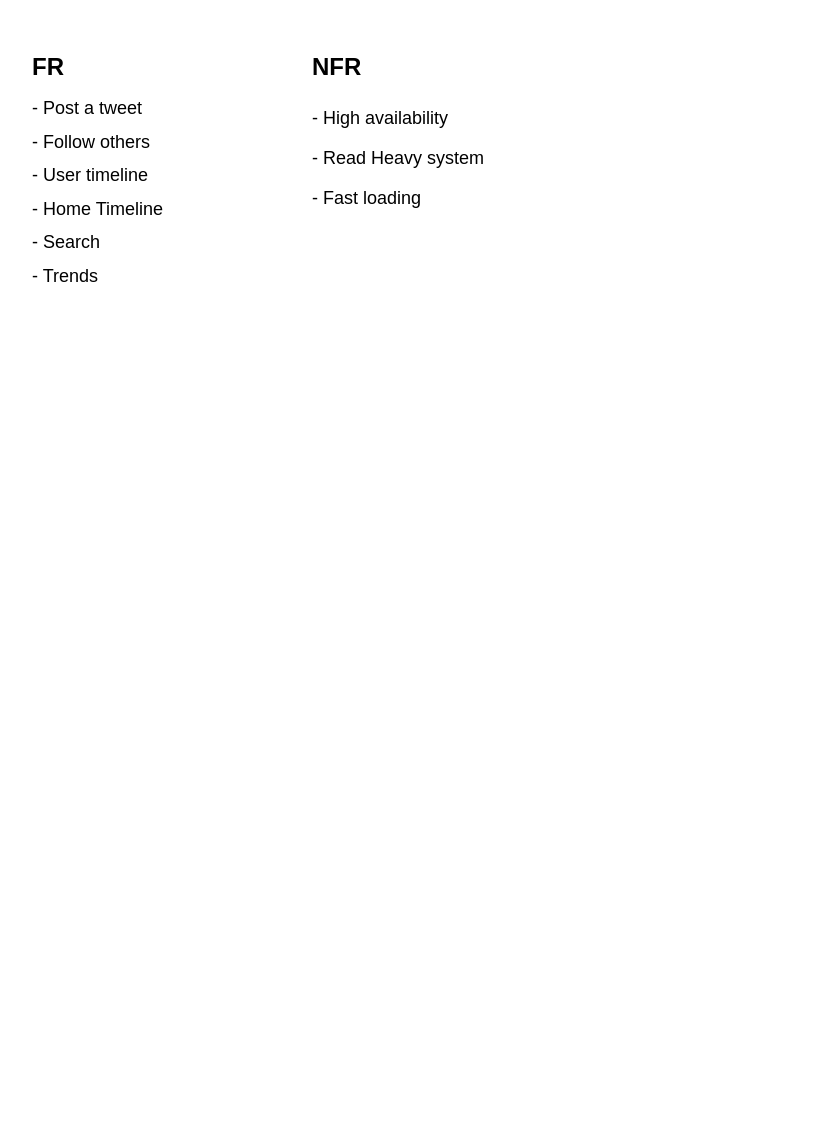
This is page "Twitter" (2 of 2) of Twitter.drawio from ravi-jain/system-design, a draw.io file, before an edit. Source tidied: cells renumbered, new cells numbered last; positions are measured from the earlier drawing's top-left corner, leaving out a move shared by most shapes. Both pictures are drawn from the tidied source at 100%, with x=0, y=0 at pixel (27, 27).
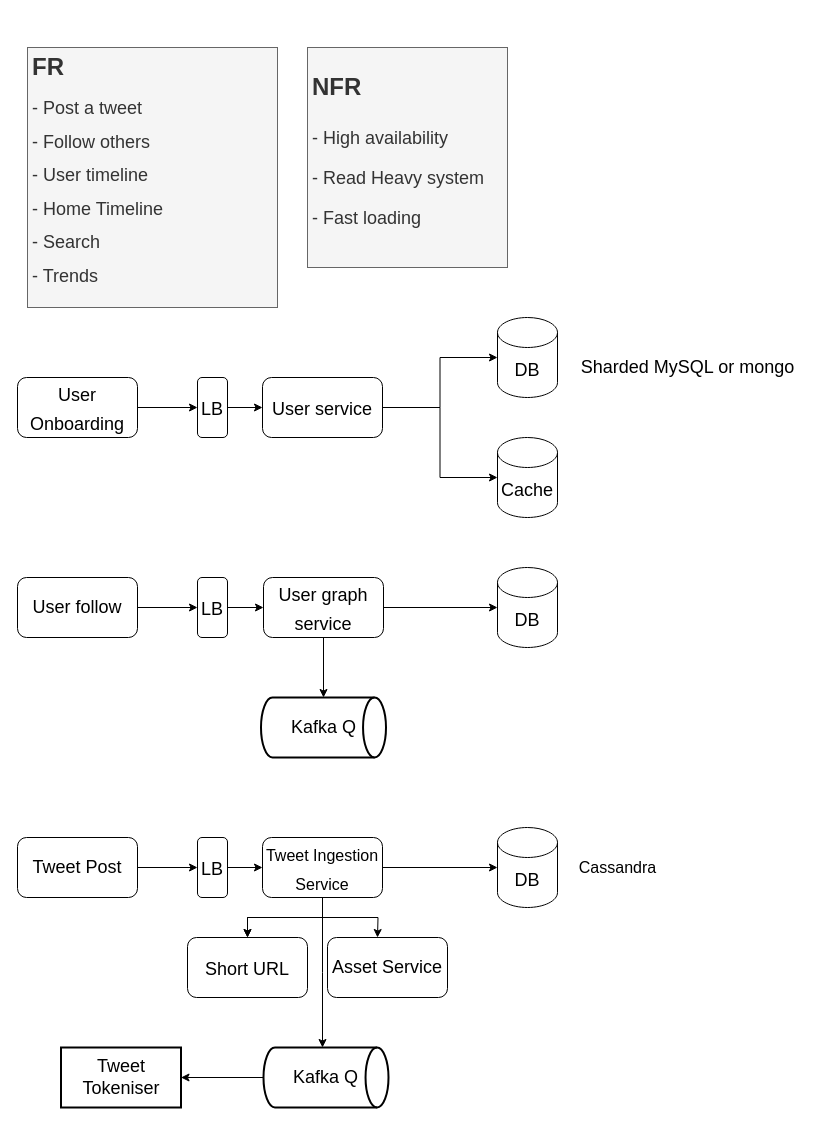
After the change.

The edit, as a diff of the source:
```diff
@@
+    <mxCell id="3" value="&lt;h1&gt;&lt;font style=&quot;font-size: 24px;&quot;&gt;NFR&lt;/font&gt;&lt;/h1&gt;&lt;p&gt;- High availability&lt;/p&gt;&lt;p&gt;- Read Heavy system&lt;/p&gt;&lt;p&gt;- Fast loading&lt;/p&gt;" style="text;html=1;strokeColor=#666666;fillColor=#f5f5f5;spacing=5;spacingTop=-20;whiteSpace=wrap;overflow=hidden;rounded=0;fontSize=18;fontColor=#333333;" parent="1" vertex="1">
+      <mxGeometry x="280" y="20" width="200" height="220" as="geometry" />
+    </mxCell>
-    <mxCell id="2" value="&lt;h1&gt;FR&lt;/h1&gt;&lt;p&gt;&lt;font style=&quot;font-size: 18px;&quot;&gt;- Post a tweet&lt;/font&gt;&lt;/p&gt;&lt;p&gt;&lt;font style=&quot;font-size: 18px;&quot;&gt;- Follow others&lt;/font&gt;&lt;/p&gt;&lt;p&gt;&lt;font style=&quot;font-size: 18px;&quot;&gt;- User timeline&lt;/font&gt;&lt;/p&gt;&lt;p&gt;&lt;font style=&quot;font-size: 18px;&quot;&gt;- Home Timeline&lt;/font&gt;&lt;/p&gt;&lt;p&gt;&lt;font style=&quot;font-size: 18px;&quot;&gt;- Search&lt;/font&gt;&lt;/p&gt;&lt;p&gt;&lt;font style=&quot;font-size: 18px;&quot;&gt;- Trends&lt;/font&gt;&lt;/p&gt;" style="text;html=1;strokeColor=none;fillColor=none;spacing=5;spacingTop=-20;whiteSpace=wrap;overflow=hidden;rounded=0;" parent="1" vertex="1">
+    <mxCell id="2" value="&lt;h1&gt;FR&lt;/h1&gt;&lt;p&gt;&lt;font style=&quot;font-size: 18px;&quot;&gt;- Post a tweet&lt;/font&gt;&lt;/p&gt;&lt;p&gt;&lt;font style=&quot;font-size: 18px;&quot;&gt;- Follow others&lt;/font&gt;&lt;/p&gt;&lt;p&gt;&lt;font style=&quot;font-size: 18px;&quot;&gt;- User timeline&lt;/font&gt;&lt;/p&gt;&lt;p&gt;&lt;font style=&quot;font-size: 18px;&quot;&gt;- Home Timeline&lt;/font&gt;&lt;/p&gt;&lt;p&gt;&lt;font style=&quot;font-size: 18px;&quot;&gt;- Search&lt;/font&gt;&lt;/p&gt;&lt;p&gt;&lt;font style=&quot;font-size: 18px;&quot;&gt;- Trends&lt;/font&gt;&lt;/p&gt;" style="text;html=1;spacing=5;spacingTop=-20;whiteSpace=wrap;overflow=hidden;rounded=0;fillColor=#f5f5f5;fontColor=#333333;strokeColor=#666666;" parent="1" vertex="1">
       <mxGeometry y="20" width="250" height="260" as="geometry" />
     </mxCell>
-    <mxCell id="3" value="&lt;h1&gt;&lt;font style=&quot;font-size: 24px;&quot;&gt;NFR&lt;/font&gt;&lt;/h1&gt;&lt;p&gt;- High availability&lt;/p&gt;&lt;p&gt;- Read Heavy system&lt;/p&gt;&lt;p&gt;- Fast loading&lt;/p&gt;" style="text;html=1;strokeColor=none;fillColor=none;spacing=5;spacingTop=-20;whiteSpace=wrap;overflow=hidden;rounded=0;fontSize=18;" parent="1" vertex="1">
-      <mxGeometry x="280" width="200" height="220" as="geometry" />
-    </mxCell>
+    <mxCell id="4" style="edgeStyle=orthogonalEdgeStyle;rounded=0;jettySize=auto;html=1;fontSize=18;" parent="1" edge="1" source="5" target="7">
+      <mxGeometry relative="1" as="geometry" />
+    </mxCell>
+    <mxCell id="5" value="&lt;font style=&quot;font-size: 18px;&quot;&gt;User Onboarding&lt;/font&gt;" style="rounded=1;whiteSpace=wrap;html=1;fontSize=24;fillColor=none;" parent="1" vertex="1">
+      <mxGeometry x="-10" y="350" width="120" height="60" as="geometry" />
+    </mxCell>
+    <mxCell id="6" style="edgeStyle=orthogonalEdgeStyle;rounded=0;jettySize=auto;html=1;fontSize=18;" parent="1" edge="1" source="7" target="10">
+      <mxGeometry relative="1" as="geometry" />
+    </mxCell>
+    <mxCell id="7" value="&lt;font style=&quot;font-size: 18px;&quot;&gt;LB&lt;/font&gt;" style="whiteSpace=wrap;html=1;fontSize=24;fillColor=none;rounded=1;" parent="1" vertex="1">
+      <mxGeometry x="170" y="350" width="30" height="60" as="geometry" />
+    </mxCell>
+    <mxCell id="8" style="edgeStyle=orthogonalEdgeStyle;rounded=0;jettySize=auto;html=1;fontSize=18;" parent="1" edge="1" source="10" target="11">
+      <mxGeometry relative="1" as="geometry" />
+    </mxCell>
+    <mxCell id="9" style="edgeStyle=orthogonalEdgeStyle;rounded=0;jettySize=auto;html=1;fontSize=18;" parent="1" edge="1" source="10" target="13">
+      <mxGeometry relative="1" as="geometry" />
+    </mxCell>
+    <mxCell id="10" value="&lt;font style=&quot;font-size: 18px;&quot;&gt;User service&lt;/font&gt;" style="whiteSpace=wrap;html=1;fontSize=24;fillColor=none;rounded=1;" parent="1" vertex="1">
+      <mxGeometry x="235" y="350" width="120" height="60" as="geometry" />
+    </mxCell>
+    <mxCell id="11" value="DB" style="shape=cylinder3;whiteSpace=wrap;html=1;boundedLbl=1;backgroundOutline=1;size=15;fontSize=18;fillColor=none;" parent="1" vertex="1">
+      <mxGeometry x="470" y="290" width="60" height="80" as="geometry" />
+    </mxCell>
+    <mxCell id="12" value="Sharded MySQL or mongo" style="text;html=1;align=center;verticalAlign=middle;strokeColor=none;fillColor=none;fontSize=18;" parent="1" vertex="1">
+      <mxGeometry x="540" y="320" width="240" height="40" as="geometry" />
+    </mxCell>
+    <mxCell id="13" value="Cache" style="shape=cylinder3;whiteSpace=wrap;html=1;boundedLbl=1;backgroundOutline=1;size=15;fontSize=18;fillColor=none;" parent="1" vertex="1">
+      <mxGeometry x="470" y="410" width="60" height="80" as="geometry" />
+    </mxCell>
+    <mxCell id="14" style="edgeStyle=orthogonalEdgeStyle;rounded=0;jettySize=auto;html=1;fontSize=18;" parent="1" edge="1" source="15" target="17">
+      <mxGeometry relative="1" as="geometry" />
+    </mxCell>
+    <mxCell id="15" value="User follow" style="rounded=1;whiteSpace=wrap;html=1;fontSize=18;fillColor=none;" parent="1" vertex="1">
+      <mxGeometry x="-10" y="550" width="120" height="60" as="geometry" />
+    </mxCell>
+    <mxCell id="16" style="edgeStyle=orthogonalEdgeStyle;rounded=0;jettySize=auto;html=1;fontSize=18;" parent="1" edge="1" source="17" target="20">
+      <mxGeometry relative="1" as="geometry" />
+    </mxCell>
+    <mxCell id="17" value="&lt;font style=&quot;font-size: 18px;&quot;&gt;LB&lt;/font&gt;" style="whiteSpace=wrap;html=1;fontSize=24;fillColor=none;rounded=1;" parent="1" vertex="1">
+      <mxGeometry x="170" y="550" width="30" height="60" as="geometry" />
+    </mxCell>
+    <mxCell id="18" style="edgeStyle=orthogonalEdgeStyle;rounded=0;jettySize=auto;html=1;fontSize=18;" parent="1" edge="1" source="20" target="21">
+      <mxGeometry relative="1" as="geometry" />
+    </mxCell>
+    <mxCell id="19" style="edgeStyle=orthogonalEdgeStyle;rounded=0;jettySize=auto;html=1;fontSize=18;" parent="1" edge="1" source="20" target="22">
+      <mxGeometry relative="1" as="geometry" />
+    </mxCell>
+    <mxCell id="20" value="&lt;span style=&quot;font-size: 18px;&quot;&gt;User graph service&lt;/span&gt;" style="whiteSpace=wrap;html=1;fontSize=24;fillColor=none;rounded=1;" parent="1" vertex="1">
+      <mxGeometry x="236" y="550" width="120" height="60" as="geometry" />
+    </mxCell>
+    <mxCell id="21" value="DB" style="shape=cylinder3;whiteSpace=wrap;html=1;boundedLbl=1;backgroundOutline=1;size=15;fontSize=18;fillColor=none;" parent="1" vertex="1">
+      <mxGeometry x="470" y="540" width="60" height="80" as="geometry" />
+    </mxCell>
+    <mxCell id="22" value="Kafka Q" style="strokeWidth=2;html=1;shape=mxgraph.flowchart.direct_data;whiteSpace=wrap;fontSize=18;fillColor=none;" parent="1" vertex="1">
+      <mxGeometry x="233.5" y="670" width="125" height="60" as="geometry" />
+    </mxCell>
+    <mxCell id="23" style="edgeStyle=orthogonalEdgeStyle;rounded=0;jettySize=auto;html=1;fontSize=18;" parent="1" edge="1" source="24" target="26">
+      <mxGeometry relative="1" as="geometry" />
+    </mxCell>
+    <mxCell id="24" value="Tweet Post" style="rounded=1;whiteSpace=wrap;html=1;fontSize=18;fillColor=none;" parent="1" vertex="1">
+      <mxGeometry x="-10" y="810" width="120" height="60" as="geometry" />
+    </mxCell>
+    <mxCell id="25" style="edgeStyle=orthogonalEdgeStyle;rounded=0;jettySize=auto;html=1;fontSize=18;" parent="1" edge="1" source="26" target="32">
+      <mxGeometry relative="1" as="geometry" />
+    </mxCell>
+    <mxCell id="26" value="&lt;font style=&quot;font-size: 18px;&quot;&gt;LB&lt;/font&gt;" style="whiteSpace=wrap;html=1;fontSize=24;fillColor=none;rounded=1;" parent="1" vertex="1">
+      <mxGeometry x="170" y="810" width="30" height="60" as="geometry" />
+    </mxCell>
+    <mxCell id="27" style="edgeStyle=orthogonalEdgeStyle;rounded=0;jettySize=auto;html=1;fontSize=16;" parent="1" edge="1" source="32" target="33">
+      <mxGeometry relative="1" as="geometry" />
+    </mxCell>
+    <mxCell id="28" style="edgeStyle=orthogonalEdgeStyle;rounded=0;jettySize=auto;html=1;fontSize=16;" parent="1" edge="1" source="32" target="35">
+      <mxGeometry relative="1" as="geometry" />
+    </mxCell>
+    <mxCell id="29" style="edgeStyle=orthogonalEdgeStyle;rounded=0;jettySize=auto;html=1;fontSize=18;" parent="1" edge="1" source="32" target="35">
+      <mxGeometry relative="1" as="geometry" />
+    </mxCell>
+    <mxCell id="30" style="edgeStyle=orthogonalEdgeStyle;rounded=0;jettySize=auto;html=1;fontSize=18;" parent="1" edge="1" source="32">
+      <mxGeometry relative="1" as="geometry">
+        <mxPoint x="350" y="910" as="targetPoint" />
+      </mxGeometry>
+    </mxCell>
+    <mxCell id="31" style="edgeStyle=orthogonalEdgeStyle;rounded=0;jettySize=auto;html=1;fontSize=18;" parent="1" edge="1" source="32">
+      <mxGeometry relative="1" as="geometry">
+        <mxPoint x="295" y="1020" as="targetPoint" />
+      </mxGeometry>
+    </mxCell>
+    <mxCell id="32" value="&lt;font style=&quot;font-size: 16px;&quot;&gt;Tweet Ingestion Service&lt;/font&gt;" style="whiteSpace=wrap;html=1;fontSize=24;fillColor=none;rounded=1;" parent="1" vertex="1">
+      <mxGeometry x="235" y="810" width="120" height="60" as="geometry" />
+    </mxCell>
+    <mxCell id="33" value="DB" style="shape=cylinder3;whiteSpace=wrap;html=1;boundedLbl=1;backgroundOutline=1;size=15;fontSize=18;fillColor=none;" parent="1" vertex="1">
+      <mxGeometry x="470" y="800" width="60" height="80" as="geometry" />
+    </mxCell>
+    <mxCell id="34" value="Cassandra" style="text;html=1;align=center;verticalAlign=middle;strokeColor=none;fillColor=none;fontSize=16;" parent="1" vertex="1">
+      <mxGeometry x="540" y="825" width="100" height="30" as="geometry" />
+    </mxCell>
+    <mxCell id="35" value="&lt;font style=&quot;font-size: 18px;&quot;&gt;Short URL&lt;/font&gt;" style="whiteSpace=wrap;html=1;fontSize=24;fillColor=none;rounded=1;" parent="1" vertex="1">
+      <mxGeometry x="160" y="910" width="120" height="60" as="geometry" />
+    </mxCell>
+    <mxCell id="36" value="Asset Service" style="rounded=1;whiteSpace=wrap;html=1;fontSize=18;fillColor=none;" parent="1" vertex="1">
+      <mxGeometry x="300" y="910" width="120" height="60" as="geometry" />
+    </mxCell>
+    <mxCell id="37" style="edgeStyle=orthogonalEdgeStyle;rounded=0;jettySize=auto;html=1;fontSize=18;" parent="1" edge="1" source="38" target="39">
+      <mxGeometry relative="1" as="geometry" />
+    </mxCell>
+    <mxCell id="38" value="Kafka Q" style="strokeWidth=2;html=1;shape=mxgraph.flowchart.direct_data;whiteSpace=wrap;fontSize=18;fillColor=none;" parent="1" vertex="1">
+      <mxGeometry x="236" y="1020" width="125" height="60" as="geometry" />
+    </mxCell>
+    <mxCell id="39" value="Tweet Tokeniser" style="whiteSpace=wrap;html=1;fontSize=18;fillColor=none;strokeWidth=2;" parent="1" vertex="1">
+      <mxGeometry x="33.5" y="1020" width="120" height="60" as="geometry" />
+    </mxCell>
```
